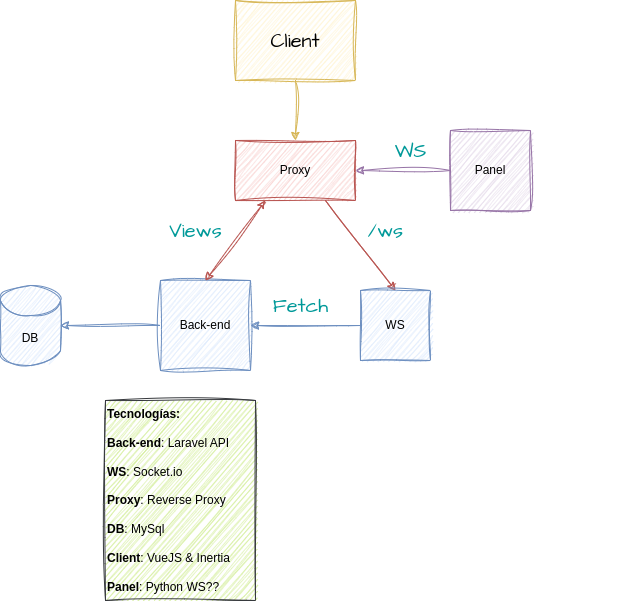
Mikegdro/SolarPanelApp keeps this draw.io diagram as Estructura.png. Above is the earlier version. Source tidied: cells renumbered, new cells last; positions are measured from the earlier drawing's top-left corner, leaving out a move shared by most shapes.
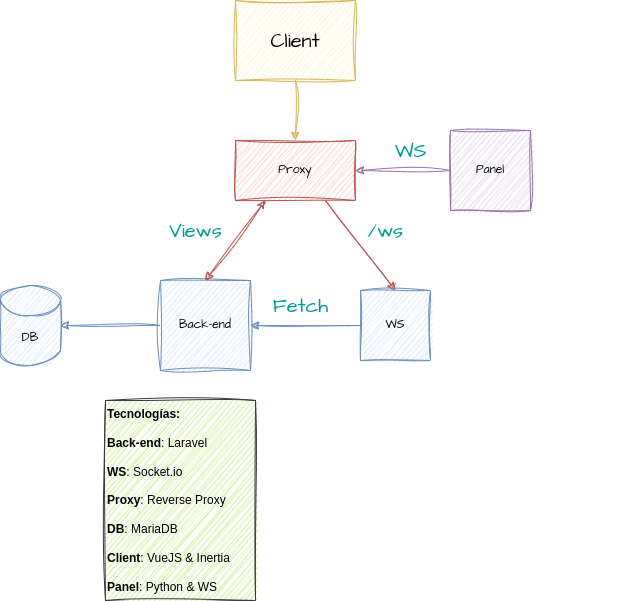
The same file after the commit.

Change to the diagram source:
```diff
@@ -2,19 +2,19 @@
   <root>
     <mxCell id="0" />
     <mxCell id="1" parent="0" />
-    <mxCell id="2" value="DB" style="shape=cylinder3;whiteSpace=wrap;html=1;boundedLbl=1;backgroundOutline=1;size=15;labelBackgroundColor=none;fillColor=#dae8fc;strokeColor=#6c8ebf;sketch=1;curveFitting=1;jiggle=2;" parent="1" vertex="1">
+    <mxCell id="2" value="DB" style="shape=cylinder3;whiteSpace=wrap;html=1;boundedLbl=1;backgroundOutline=1;size=15;labelBackgroundColor=none;fillColor=#dae8fc;strokeColor=#6c8ebf;sketch=1;curveFitting=1;jiggle=2;fontFamily=Architects Daughter;fontSource=https%3A%2F%2Ffonts.googleapis.com%2Fcss%3Ffamily%3DArchitects%2BDaughter;" parent="1" vertex="1">
       <mxGeometry y="285" width="60" height="80" as="geometry" />
     </mxCell>
     <mxCell id="3" style="edgeStyle=orthogonalEdgeStyle;rounded=0;jettySize=auto;html=1;exitX=0;exitY=0.5;exitDx=0;exitDy=0;entryX=1;entryY=0.5;entryDx=0;entryDy=0;labelBackgroundColor=none;strokeColor=#9673a6;fontColor=default;sketch=1;curveFitting=1;jiggle=2;fillColor=#e1d5e7;" parent="1" edge="1" source="4" target="9">
       <mxGeometry relative="1" as="geometry" />
     </mxCell>
-    <mxCell id="4" value="Panel" style="whiteSpace=wrap;html=1;labelBackgroundColor=none;fillColor=#e1d5e7;strokeColor=#9673a6;sketch=1;curveFitting=1;jiggle=2;" parent="1" vertex="1">
+    <mxCell id="4" value="Panel" style="whiteSpace=wrap;html=1;labelBackgroundColor=none;fillColor=#e1d5e7;strokeColor=#9673a6;sketch=1;curveFitting=1;jiggle=2;fontFamily=Architects Daughter;fontSource=https%3A%2F%2Ffonts.googleapis.com%2Fcss%3Ffamily%3DArchitects%2BDaughter;" parent="1" vertex="1">
       <mxGeometry x="450" y="130" width="80" height="80" as="geometry" />
     </mxCell>
     <mxCell id="5" style="edgeStyle=none;rounded=0;jettySize=auto;html=1;exitX=0;exitY=0.5;exitDx=0;exitDy=0;entryX=1;entryY=0.5;entryDx=0;entryDy=0;entryPerimeter=0;labelBackgroundColor=none;strokeColor=#6c8ebf;fontColor=default;sketch=1;curveFitting=1;jiggle=2;fillColor=#dae8fc;" parent="1" edge="1" source="6" target="2">
       <mxGeometry relative="1" as="geometry" />
     </mxCell>
-    <mxCell id="6" value="Back-end" style="whiteSpace=wrap;html=1;labelBackgroundColor=none;fillColor=#dae8fc;strokeColor=#6c8ebf;sketch=1;curveFitting=1;jiggle=2;" parent="1" vertex="1">
+    <mxCell id="6" value="Back-end" style="whiteSpace=wrap;html=1;labelBackgroundColor=none;fillColor=#dae8fc;strokeColor=#6c8ebf;sketch=1;curveFitting=1;jiggle=2;fontFamily=Architects Daughter;fontSource=https%3A%2F%2Ffonts.googleapis.com%2Fcss%3Ffamily%3DArchitects%2BDaughter;" parent="1" vertex="1">
       <mxGeometry x="160" y="280" width="90" height="90" as="geometry" />
     </mxCell>
     <mxCell id="7" style="edgeStyle=none;rounded=0;jettySize=auto;html=1;exitX=0.75;exitY=1;exitDx=0;exitDy=0;entryX=0.5;entryY=0;entryDx=0;entryDy=0;labelBackgroundColor=none;strokeColor=#b85450;fontColor=default;sketch=1;curveFitting=1;jiggle=2;fillColor=#f8cecc;" parent="1" edge="1" source="9">
@@ -25,7 +25,7 @@
     <mxCell id="8" style="rounded=0;sketch=1;hachureGap=4;jiggle=2;curveFitting=1;jettySize=auto;html=1;exitX=0.25;exitY=1;exitDx=0;exitDy=0;entryX=0.5;entryY=0;entryDx=0;entryDy=0;fontFamily=Architects Daughter;fontSource=https%3A%2F%2Ffonts.googleapis.com%2Fcss%3Ffamily%3DArchitects%2BDaughter;fontSize=16;fontColor=#2BF1FF;fillColor=#f8cecc;strokeColor=#b85450;endArrow=classic;endFill=1;startArrow=classic;startFill=1;" parent="1" edge="1" source="9" target="6">
       <mxGeometry relative="1" as="geometry" />
     </mxCell>
-    <mxCell id="9" value="Proxy" style="rounded=0;whiteSpace=wrap;html=1;labelBackgroundColor=none;fillColor=#f8cecc;strokeColor=#b85450;sketch=1;curveFitting=1;jiggle=2;" parent="1" vertex="1">
+    <mxCell id="9" value="Proxy" style="rounded=0;whiteSpace=wrap;html=1;labelBackgroundColor=none;fillColor=#f8cecc;strokeColor=#b85450;sketch=1;curveFitting=1;jiggle=2;fontFamily=Architects Daughter;fontSource=https%3A%2F%2Ffonts.googleapis.com%2Fcss%3Ffamily%3DArchitects%2BDaughter;" parent="1" vertex="1">
       <mxGeometry x="235" y="140" width="120" height="60" as="geometry" />
     </mxCell>
     <mxCell id="10" style="edgeStyle=orthogonalEdgeStyle;rounded=0;jettySize=auto;html=1;exitX=0;exitY=0.5;exitDx=0;exitDy=0;entryX=1;entryY=0.5;entryDx=0;entryDy=0;labelBackgroundColor=none;strokeColor=#6c8ebf;fontColor=default;sketch=1;curveFitting=1;jiggle=2;fillColor=#dae8fc;" parent="1" edge="1" target="6">
@@ -36,10 +36,10 @@
     <mxCell id="11" style="text;html=1;align=center;verticalAlign=middle;labelBackgroundColor=none;fontColor=#5AA9E6;sketch=1;curveFitting=1;jiggle=2;" parent="1" vertex="1">
       <mxGeometry x="583" y="468" width="50" height="30" as="geometry" />
     </mxCell>
-    <mxCell id="12" value="&lt;b&gt;Tecnologías:&lt;br&gt;&lt;br&gt;Back-end&lt;/b&gt;: Laravel API&lt;br&gt;&lt;br&gt;&lt;b&gt;WS&lt;/b&gt;: Socket.io&lt;br&gt;&lt;br&gt;&lt;b&gt;Proxy&lt;/b&gt;: Reverse Proxy&lt;br&gt;&lt;br&gt;&lt;b&gt;DB&lt;/b&gt;: MySql&lt;br&gt;&lt;br&gt;&lt;b&gt;Client&lt;/b&gt;: VueJS &amp;amp; Inertia&lt;br&gt;&lt;br&gt;&lt;b&gt;Panel&lt;/b&gt;: Python WS??" style="text;html=1;align=left;verticalAlign=middle;labelBackgroundColor=none;sketch=1;curveFitting=1;jiggle=2;fillColor=#cdeb8b;strokeColor=#36393d;" parent="1" vertex="1">
+    <mxCell id="12" value="&lt;b&gt;Tecnologías:&lt;br&gt;&lt;br&gt;Back-end&lt;/b&gt;: Laravel&lt;br&gt;&lt;br&gt;&lt;b&gt;WS&lt;/b&gt;: Socket.io&lt;br&gt;&lt;br&gt;&lt;b&gt;Proxy&lt;/b&gt;: Reverse Proxy&lt;br&gt;&lt;br&gt;&lt;b&gt;DB&lt;/b&gt;: MariaDB&lt;br&gt;&lt;br&gt;&lt;b&gt;Client&lt;/b&gt;: VueJS &amp;amp; Inertia&lt;br&gt;&lt;br&gt;&lt;b&gt;Panel&lt;/b&gt;: Python &amp;amp; WS" style="text;html=1;align=left;verticalAlign=middle;labelBackgroundColor=none;sketch=1;curveFitting=1;jiggle=2;fillColor=#cdeb8b;strokeColor=#36393d;" parent="1" vertex="1">
       <mxGeometry x="105" y="400" width="150" height="200" as="geometry" />
     </mxCell>
-    <mxCell id="13" value="WS" style="whiteSpace=wrap;html=1;labelBackgroundColor=none;fillColor=#dae8fc;strokeColor=#6c8ebf;sketch=1;curveFitting=1;jiggle=2;" parent="1" vertex="1">
+    <mxCell id="13" value="WS" style="whiteSpace=wrap;html=1;labelBackgroundColor=none;fillColor=#dae8fc;strokeColor=#6c8ebf;sketch=1;curveFitting=1;jiggle=2;fontFamily=Architects Daughter;fontSource=https%3A%2F%2Ffonts.googleapis.com%2Fcss%3Ffamily%3DArchitects%2BDaughter;" parent="1" vertex="1">
       <mxGeometry x="360" y="290" width="70" height="70" as="geometry" />
     </mxCell>
     <mxCell id="14" style="edgeStyle=none;rounded=0;sketch=1;hachureGap=4;jiggle=2;curveFitting=1;jettySize=auto;html=1;exitX=0.5;exitY=1;exitDx=0;exitDy=0;entryX=0.5;entryY=0;entryDx=0;entryDy=0;fontFamily=Architects Daughter;fontSource=https%3A%2F%2Ffonts.googleapis.com%2Fcss%3Ffamily%3DArchitects%2BDaughter;fontSize=16;fontColor=#2BF1FF;fillColor=#fff2cc;strokeColor=#d6b656;" parent="1" edge="1" source="15" target="9">
```
